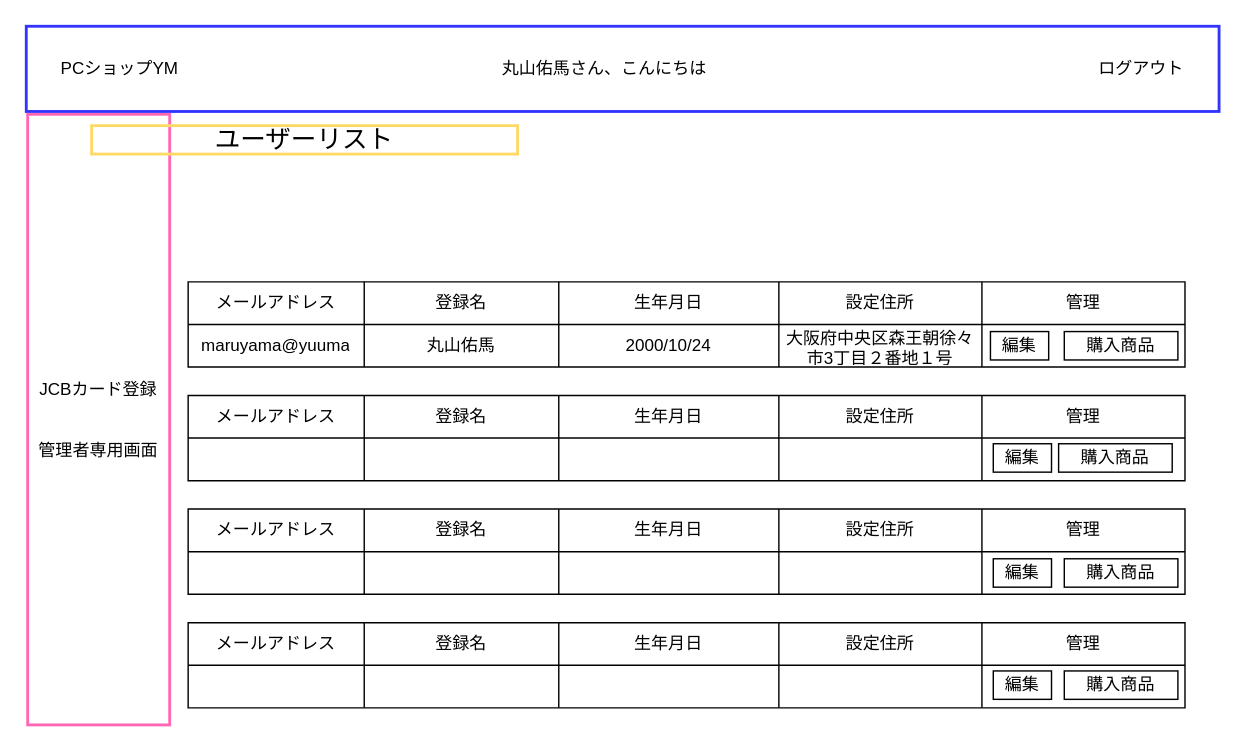
YumaMaruyama/ITworksTRYshopping keeps this draw.io diagram as page "ユーザーリスト" (12 of 25) of src/main/resources/templates/shopping/Untitled Diagram.drawio. Above is the earlier version. Source tidied: cells renumbered, new cells numbered last; positions are measured from the earlier drawing's top-left corner, leaving out a move shared by most shapes. Both pictures are drawn from the tidied source at 142%, with x=0, y=0 at pixel (26, 26).
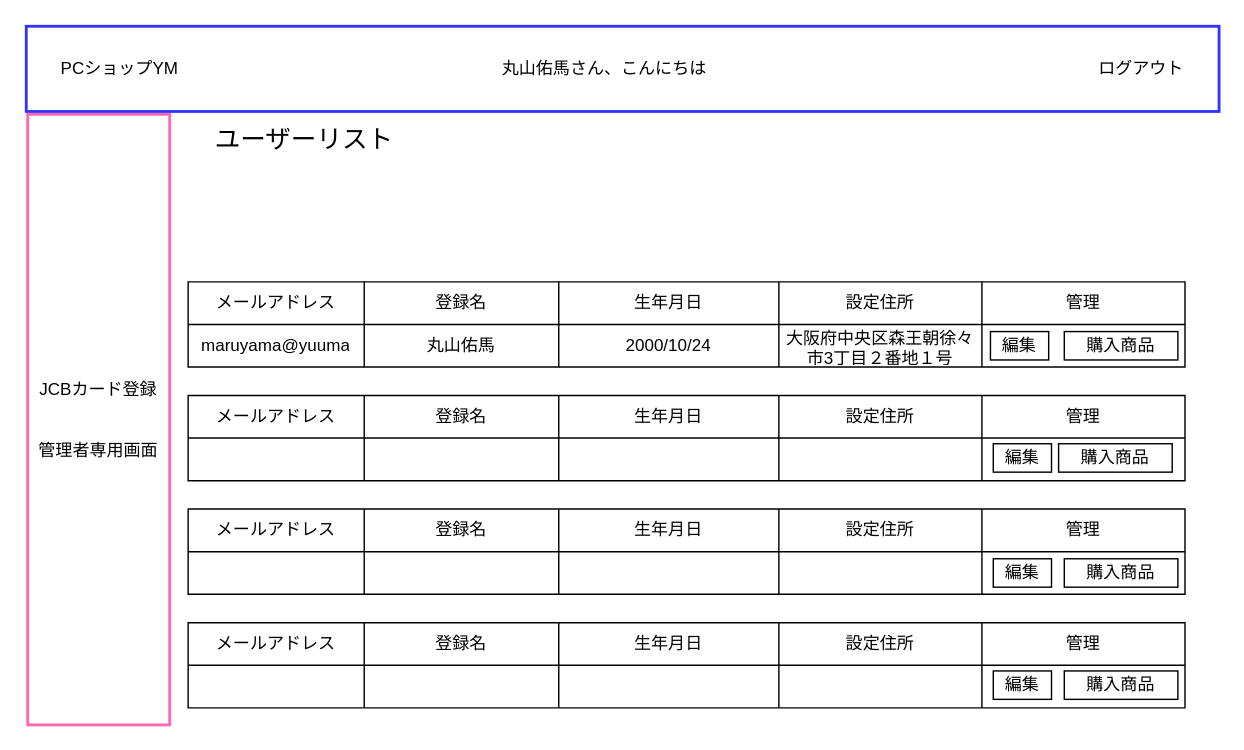
The same page after the edit.

What changed in the source:
```diff
@@
-    <mxCell id="17" value="&lt;span style=&quot;font-size: 18px&quot;&gt;ユーザーリスト&lt;/span&gt;" style="text;html=1;fillColor=none;align=center;verticalAlign=middle;whiteSpace=wrap;rounded=0;strokeColor=#FFD966;strokeWidth=2;" parent="1" vertex="1">
+    <mxCell id="17" value="&lt;span style=&quot;font-size: 18px&quot;&gt;ユーザーリスト&lt;/span&gt;" style="text;html=1;fillColor=none;align=center;verticalAlign=middle;whiteSpace=wrap;rounded=0;strokeWidth=2;" parent="1" vertex="1">
       <mxGeometry x="46" y="70" width="300" height="20" as="geometry" />
     </mxCell>
```
